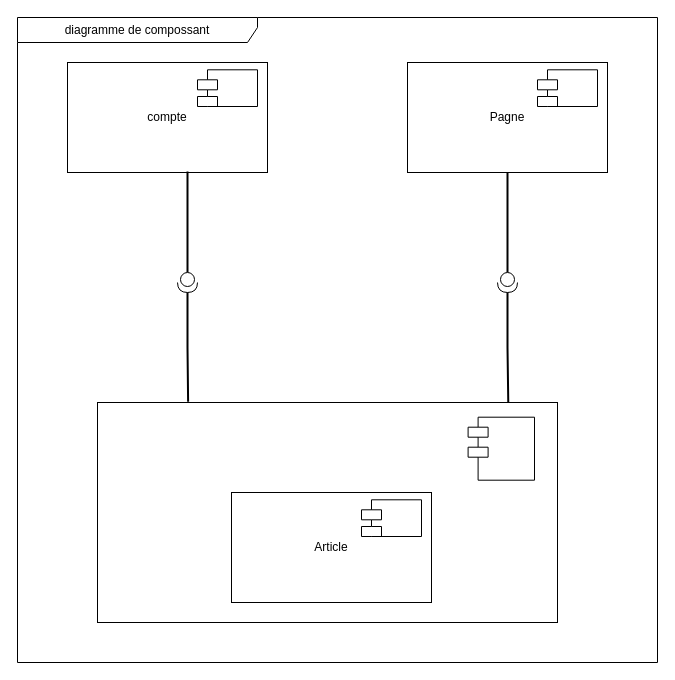
Above: res/composan.drawio in Meshavegas/Fadhyl-Store (draw.io), before the change. Source tidied: cells renumbered, new cells numbered last; positions are measured from the earlier drawing's top-left corner, leaving out a move shared by most shapes. Both pictures are drawn from the tidied source at 100%, with x=0, y=0 at pixel (17, 17).
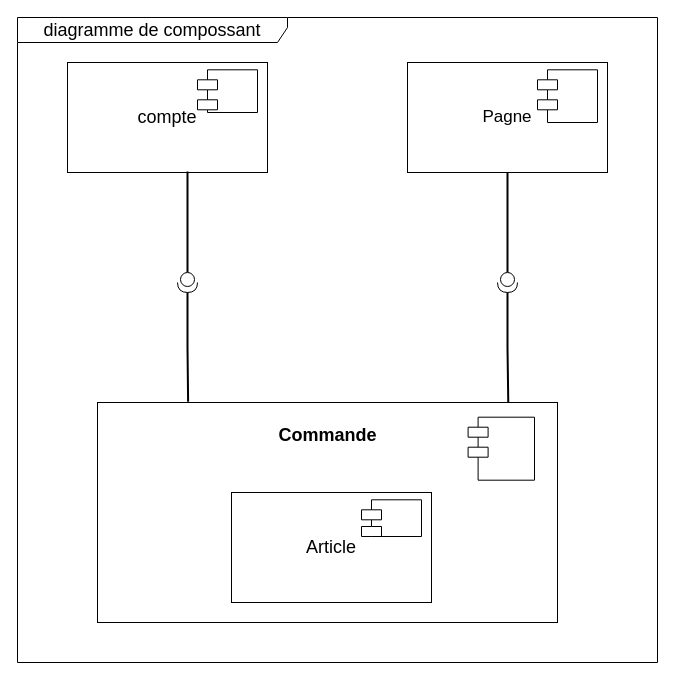
The same page after the edit.

The change refers to these unchanged cells:
```xml
<mxCell id="2" style="group;" parent="1" vertex="1">
  <mxGeometry x="50" y="45" width="200" height="110" as="geometry" />
</mxCell>
<mxCell id="5" style="group;" parent="1" vertex="1">
  <mxGeometry x="390" y="45" width="200" height="110" as="geometry" />
</mxCell>
<mxCell id="8" style="group;" parent="1" vertex="1">
  <mxGeometry x="80" y="385" width="460" height="220" as="geometry" />
</mxCell>
<mxCell id="11" style="group;" parent="8" vertex="1">
  <mxGeometry x="134" y="90" width="200" height="110" as="geometry" />
</mxCell>
```

Diff of the diagram source:
```diff
@@
-    <mxCell id="3" value="compte" style="rounded=0;whiteSpace=wrap;html=1;" parent="2" vertex="1">
+    <mxCell id="3" value="&lt;font style=&quot;font-size: 18px;&quot;&gt;compte&lt;/font&gt;" style="rounded=0;whiteSpace=wrap;html=1;" parent="2" vertex="1">
       <mxGeometry width="200" height="110" as="geometry" />
     </mxCell>
     <mxCell id="4" style="shape=module;align=left;spacingLeft=20;align=center;verticalAlign=top;whiteSpace=wrap;html=1;" parent="2" vertex="1">
-      <mxGeometry x="130" y="7.3" width="60" height="36.7" as="geometry" />
+      <mxGeometry x="130" y="7.3" width="60" height="42.7" as="geometry" />
     </mxCell>
@@
-    <mxCell id="6" value="Pagne" style="rounded=0;whiteSpace=wrap;html=1;" parent="5" vertex="1">
+    <mxCell id="6" value="&lt;font style=&quot;font-size: 17px;&quot;&gt;Pagne&lt;/font&gt;" style="rounded=0;whiteSpace=wrap;html=1;" parent="5" vertex="1">
       <mxGeometry width="200" height="110" as="geometry" />
     </mxCell>
     <mxCell id="7" style="shape=module;align=left;spacingLeft=20;align=center;verticalAlign=top;whiteSpace=wrap;html=1;" parent="5" vertex="1">
-      <mxGeometry x="130" y="7.3" width="60" height="36.7" as="geometry" />
+      <mxGeometry x="130" y="7.3" width="60" height="52.7" as="geometry" />
     </mxCell>
@@
-    <mxCell id="12" value="Article" style="rounded=0;whiteSpace=wrap;html=1;" parent="11" vertex="1">
+    <mxCell id="12" value="&lt;font style=&quot;font-size: 18px;&quot;&gt;Article&lt;/font&gt;" style="rounded=0;whiteSpace=wrap;html=1;" parent="11" vertex="1">
       <mxGeometry width="200" height="110" as="geometry" />
     </mxCell>
@@
+    <mxCell id="21" value="&lt;font style=&quot;font-size: 18px;&quot;&gt;Commande&lt;/font&gt;" style="text;align=center;fontStyle=1;verticalAlign=middle;spacingLeft=3;spacingRight=3;strokeColor=none;html=1;" parent="8" vertex="1">
+      <mxGeometry x="190" y="20" width="80" height="26" as="geometry" />
+    </mxCell>
@@
-    <mxCell id="20" value="diagramme de compossant" style="shape=umlFrame;whiteSpace=wrap;html=1;width=240;height=25;" parent="1" vertex="1">
+    <mxCell id="20" value="&lt;font style=&quot;font-size: 18px;&quot;&gt;diagramme de compossant&lt;/font&gt;" style="shape=umlFrame;whiteSpace=wrap;html=1;width=270;height=25;" parent="1" vertex="1">
       <mxGeometry width="640" height="645" as="geometry" />
     </mxCell>
```
